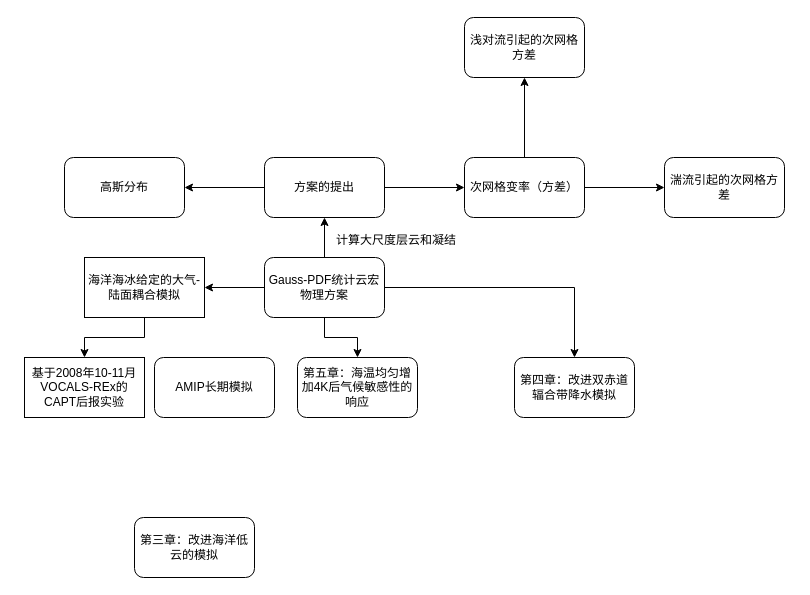
Before: dissertation-technique flowchart.drawio in qinyia/drawio.output, a draw.io diagram. Source tidied: cells renumbered, new cells numbered last; positions are measured from the earlier drawing's top-left corner, leaving out a move shared by most shapes. Both pictures are drawn from the tidied source at 100%, with x=0, y=0 at pixel (24, 17).
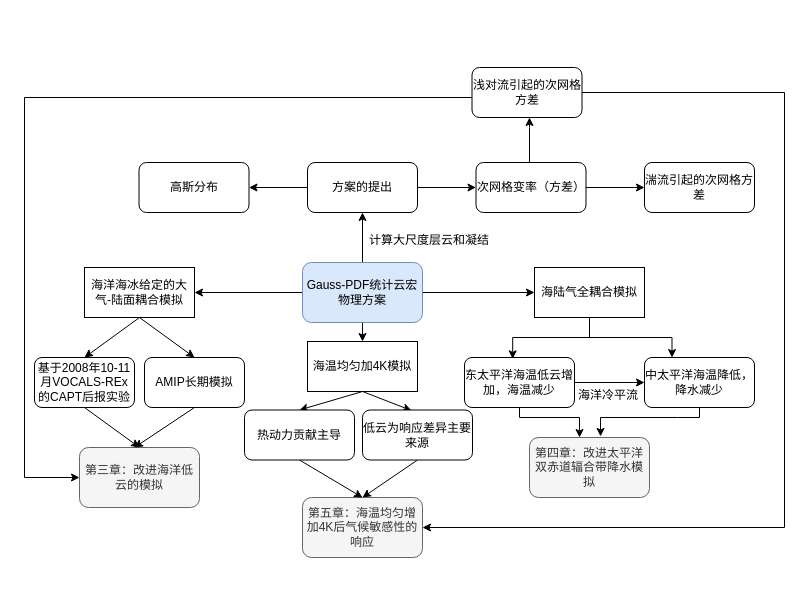
After the change.

Change to the diagram source:
```diff
@@
-    <mxCell id="2" style="edgeStyle=orthogonalEdgeStyle;rounded=0;jettySize=auto;html=1;" parent="1" edge="1" source="5" target="16">
-      <mxGeometry relative="1" as="geometry" />
-    </mxCell>
-    <mxCell id="3" style="edgeStyle=orthogonalEdgeStyle;rounded=0;jettySize=auto;html=1;" parent="1" edge="1" source="5" target="15">
-      <mxGeometry relative="1" as="geometry" />
-    </mxCell>
@@
+    <mxCell id="24" style="edgeStyle=orthogonalEdgeStyle;rounded=0;jettySize=auto;html=1;entryX=0;entryY=0.5;entryDx=0;entryDy=0;" parent="1" edge="1" source="5" target="33">
+      <mxGeometry relative="1" as="geometry" />
+    </mxCell>
+    <mxCell id="25" style="edgeStyle=none;rounded=0;jettySize=auto;html=1;exitX=0.5;exitY=1;exitDx=0;exitDy=0;entryX=0.5;entryY=0;entryDx=0;entryDy=0;" parent="1" edge="1" source="5" target="36">
+      <mxGeometry relative="1" as="geometry" />
+    </mxCell>
+    <mxCell id="23" style="edgeStyle=orthogonalEdgeStyle;rounded=0;jettySize=auto;html=1;exitX=0;exitY=0.5;exitDx=0;exitDy=0;entryX=1;entryY=0.5;entryDx=0;entryDy=0;" parent="1" edge="1" source="5" target="21">
+      <mxGeometry relative="1" as="geometry" />
+    </mxCell>
-    <mxCell id="5" value="Gauss-PDF统计云宏物理方案" style="rounded=1;whiteSpace=wrap;html=1;" parent="1" vertex="1">
-      <mxGeometry x="240" y="240" width="120" height="60" as="geometry" />
+    <mxCell id="5" value="Gauss-PDF统计云宏物理方案" style="rounded=1;whiteSpace=wrap;html=1;fillColor=#dae8fc;strokeColor=#6c8ebf;" parent="1" vertex="1">
+      <mxGeometry x="278" y="245" width="120" height="60" as="geometry" />
     </mxCell>
@@
     <mxCell id="8" value="方案的提出" style="rounded=1;whiteSpace=wrap;html=1;" parent="1" vertex="1">
-      <mxGeometry x="240" y="140" width="120" height="60" as="geometry" />
+      <mxGeometry x="283" y="145" width="110" height="50" as="geometry" />
     </mxCell>
     <mxCell id="9" style="edgeStyle=orthogonalEdgeStyle;rounded=0;jettySize=auto;html=1;" parent="1" edge="1" source="11" target="13">
-      <mxGeometry relative="1" as="geometry" />
+      <mxGeometry relative="1" as="geometry">
+        <Array as="points">
+          <mxPoint x="610" y="170" />
+          <mxPoint x="610" y="170" />
+        </Array>
+      </mxGeometry>
     </mxCell>
     <mxCell id="10" style="edgeStyle=orthogonalEdgeStyle;rounded=0;jettySize=auto;html=1;" parent="1" edge="1" source="11" target="12">
-      <mxGeometry relative="1" as="geometry" />
+      <mxGeometry relative="1" as="geometry">
+        <Array as="points">
+          <mxPoint x="505" y="110" />
+          <mxPoint x="505" y="110" />
+        </Array>
+      </mxGeometry>
     </mxCell>
     <mxCell id="11" value="次网格变率（方差）" style="rounded=1;whiteSpace=wrap;html=1;" parent="1" vertex="1">
-      <mxGeometry x="440" y="140" width="120" height="60" as="geometry" />
+      <mxGeometry x="451.5" y="145" width="110" height="50" as="geometry" />
     </mxCell>
+    <mxCell id="26" style="edgeStyle=orthogonalEdgeStyle;rounded=0;jettySize=auto;html=1;entryX=0;entryY=0.5;entryDx=0;entryDy=0;" parent="1" edge="1" source="12" target="17">
+      <mxGeometry relative="1" as="geometry">
+        <Array as="points">
+          <mxPoint y="80" />
+          <mxPoint y="460" />
+        </Array>
+      </mxGeometry>
+    </mxCell>
+    <mxCell id="27" style="edgeStyle=orthogonalEdgeStyle;rounded=0;jettySize=auto;html=1;exitX=1;exitY=0.5;exitDx=0;exitDy=0;entryX=1;entryY=0.5;entryDx=0;entryDy=0;" parent="1" edge="1" source="12" target="15">
+      <mxGeometry relative="1" as="geometry">
+        <Array as="points">
+          <mxPoint x="760" y="75" />
+          <mxPoint x="760" y="510" />
+        </Array>
+      </mxGeometry>
+    </mxCell>
     <mxCell id="12" value="浅对流引起的次网格方差" style="rounded=1;whiteSpace=wrap;html=1;" parent="1" vertex="1">
-      <mxGeometry x="440" width="120" height="60" as="geometry" />
+      <mxGeometry x="447.5" y="50" width="110" height="50" as="geometry" />
     </mxCell>
     <mxCell id="13" value="湍流引起的次网格方差" style="rounded=1;whiteSpace=wrap;html=1;" parent="1" vertex="1">
-      <mxGeometry x="640" y="140" width="120" height="60" as="geometry" />
+      <mxGeometry x="620" y="145" width="110" height="50" as="geometry" />
     </mxCell>
     <mxCell id="14" value="高斯分布" style="rounded=1;whiteSpace=wrap;html=1;" parent="1" vertex="1">
-      <mxGeometry x="40" y="140" width="120" height="60" as="geometry" />
+      <mxGeometry x="114.5" y="145" width="110" height="50" as="geometry" />
     </mxCell>
-    <mxCell id="15" value="第五章：海温均匀增加4K后气候敏感性的响应" style="rounded=1;whiteSpace=wrap;html=1;" parent="1" vertex="1">
-      <mxGeometry x="273" y="340" width="120" height="60" as="geometry" />
+    <mxCell id="15" value="第五章：海温均匀增加4K后气候敏感性的响应" style="rounded=1;whiteSpace=wrap;html=1;fillColor=#f5f5f5;strokeColor=#666666;fontColor=#333333;" parent="1" vertex="1">
+      <mxGeometry x="278" y="480" width="120" height="60" as="geometry" />
     </mxCell>
-    <mxCell id="16" value="第四章：改进双赤道辐合带降水模拟" style="rounded=1;whiteSpace=wrap;html=1;" parent="1" vertex="1">
-      <mxGeometry x="490" y="340" width="120" height="60" as="geometry" />
+    <mxCell id="16" value="第四章：改进太平洋双赤道辐合带降水模拟" style="rounded=1;whiteSpace=wrap;html=1;fillColor=#f5f5f5;strokeColor=#666666;fontColor=#333333;" parent="1" vertex="1">
+      <mxGeometry x="505" y="420" width="120" height="60" as="geometry" />
     </mxCell>
-    <mxCell id="17" value="第三章：改进海洋低云的模拟" style="rounded=1;whiteSpace=wrap;html=1;" parent="1" vertex="1">
-      <mxGeometry x="110" y="500" width="120" height="60" as="geometry" />
+    <mxCell id="17" value="第三章：改进海洋低云的模拟" style="rounded=1;whiteSpace=wrap;html=1;fillColor=#f5f5f5;strokeColor=#666666;fontColor=#333333;" parent="1" vertex="1">
+      <mxGeometry x="55" y="430" width="120" height="60" as="geometry" />
     </mxCell>
+    <mxCell id="28" style="edgeStyle=none;rounded=0;jettySize=auto;html=1;exitX=0.5;exitY=1;exitDx=0;exitDy=0;" parent="1" edge="1" source="18">
+      <mxGeometry relative="1" as="geometry">
+        <mxPoint x="110" y="430" as="targetPoint" />
+      </mxGeometry>
+    </mxCell>
     <mxCell id="18" value="AMIP长期模拟" style="rounded=1;whiteSpace=wrap;html=1;" parent="1" vertex="1">
-      <mxGeometry x="130" y="340" width="120" height="60" as="geometry" />
+      <mxGeometry x="120" y="340" width="100" height="50" as="geometry" />
     </mxCell>
     <mxCell id="19" value="计算大尺度层云和凝结" style="text;html=1;align=left;verticalAlign=top;spacingTop=-4;" parent="1" vertex="1">
-      <mxGeometry x="310" y="213" width="140" height="20" as="geometry" />
+      <mxGeometry x="343" y="213" width="140" height="20" as="geometry" />
     </mxCell>
+    <mxCell id="29" style="edgeStyle=none;rounded=0;jettySize=auto;html=1;exitX=0.5;exitY=1;exitDx=0;exitDy=0;entryX=0.5;entryY=0;entryDx=0;entryDy=0;" parent="1" edge="1" source="21" target="18">
+      <mxGeometry relative="1" as="geometry" />
+    </mxCell>
-    <mxCell id="20" style="edgeStyle=orthogonalEdgeStyle;rounded=0;jettySize=auto;html=1;" parent="1" edge="1" source="21" target="22">
+    <mxCell id="20" style="edgeStyle=none;rounded=0;jettySize=auto;html=1;exitX=0.5;exitY=1;exitDx=0;exitDy=0;entryX=0.5;entryY=0;entryDx=0;entryDy=0;" parent="1" edge="1" source="21" target="22">
       <mxGeometry relative="1" as="geometry" />
     </mxCell>
     <mxCell id="21" value="海洋海冰给定的大气-陆面耦合模拟" style="rounded=0;whiteSpace=wrap;html=1;" parent="1" vertex="1">
-      <mxGeometry x="60" y="240" width="120" height="60" as="geometry" />
+      <mxGeometry x="60" y="250" width="110" height="50" as="geometry" />
     </mxCell>
+    <mxCell id="30" style="edgeStyle=none;rounded=0;jettySize=auto;html=1;exitX=0.5;exitY=1;exitDx=0;exitDy=0;entryX=0.5;entryY=0;entryDx=0;entryDy=0;" parent="1" edge="1" source="22" target="17">
+      <mxGeometry relative="1" as="geometry" />
+    </mxCell>
-    <mxCell id="22" value="基于2008年10-11月VOCALS-REx的CAPT后报实验" style="rounded=0;whiteSpace=wrap;html=1;" parent="1" vertex="1">
-      <mxGeometry y="340" width="120" height="60" as="geometry" />
+    <mxCell id="22" value="基于2008年10-11月VOCALS-REx的CAPT后报实验" style="rounded=1;whiteSpace=wrap;html=1;" parent="1" vertex="1">
+      <mxGeometry x="10" y="340" width="100" height="50" as="geometry" />
     </mxCell>
-    <mxCell id="23" style="edgeStyle=orthogonalEdgeStyle;rounded=0;jettySize=auto;html=1;" parent="1" edge="1" source="5" target="21">
-      <mxGeometry relative="1" as="geometry" />
-    </mxCell>
+    <mxCell id="31" style="edgeStyle=orthogonalEdgeStyle;rounded=0;jettySize=auto;html=1;exitX=0.5;exitY=1;exitDx=0;exitDy=0;entryX=0.25;entryY=0;entryDx=0;entryDy=0;" parent="1" edge="1" source="33" target="38">
+      <mxGeometry relative="1" as="geometry" />
+    </mxCell>
+    <mxCell id="32" style="edgeStyle=orthogonalEdgeStyle;rounded=0;jettySize=auto;html=1;exitX=0.5;exitY=1;exitDx=0;exitDy=0;entryX=0.438;entryY=0.027;entryDx=0;entryDy=0;entryPerimeter=0;" parent="1" edge="1" source="33" target="41">
+      <mxGeometry relative="1" as="geometry" />
+    </mxCell>
+    <mxCell id="33" value="海陆气全耦合模拟" style="rounded=0;whiteSpace=wrap;html=1;" parent="1" vertex="1">
+      <mxGeometry x="510" y="250" width="110" height="50" as="geometry" />
+    </mxCell>
+    <mxCell id="34" style="edgeStyle=none;rounded=0;jettySize=auto;html=1;exitX=0.5;exitY=1;exitDx=0;exitDy=0;entryX=0.5;entryY=0;entryDx=0;entryDy=0;" parent="1" edge="1" source="36" target="44">
+      <mxGeometry relative="1" as="geometry" />
+    </mxCell>
+    <mxCell id="35" style="edgeStyle=none;rounded=0;jettySize=auto;html=1;exitX=0.5;exitY=1;exitDx=0;exitDy=0;entryX=0.445;entryY=0.01;entryDx=0;entryDy=0;entryPerimeter=0;" parent="1" edge="1" source="36" target="46">
+      <mxGeometry relative="1" as="geometry" />
+    </mxCell>
+    <mxCell id="36" value="海温均匀加4K模拟" style="rounded=0;whiteSpace=wrap;html=1;" parent="1" vertex="1">
+      <mxGeometry x="283" y="324" width="110" height="50" as="geometry" />
+    </mxCell>
+    <mxCell id="37" style="edgeStyle=orthogonalEdgeStyle;rounded=0;jettySize=auto;html=1;exitX=0.5;exitY=1;exitDx=0;exitDy=0;entryX=0.592;entryY=-0.017;entryDx=0;entryDy=0;entryPerimeter=0;" parent="1" edge="1" source="38" target="16">
+      <mxGeometry relative="1" as="geometry">
+        <Array as="points">
+          <mxPoint x="653" y="400" />
+          <mxPoint x="581" y="400" />
+        </Array>
+      </mxGeometry>
+    </mxCell>
+    <mxCell id="38" value="中太平洋海温降低，降水减少" style="rounded=1;whiteSpace=wrap;html=1;" parent="1" vertex="1">
+      <mxGeometry x="620" y="340" width="110" height="50" as="geometry" />
+    </mxCell>
+    <mxCell id="39" style="edgeStyle=orthogonalEdgeStyle;rounded=0;jettySize=auto;html=1;exitX=0.5;exitY=1;exitDx=0;exitDy=0;entryX=0.417;entryY=0;entryDx=0;entryDy=0;entryPerimeter=0;" parent="1" edge="1" source="41" target="16">
+      <mxGeometry relative="1" as="geometry">
+        <Array as="points">
+          <mxPoint x="495" y="400" />
+          <mxPoint x="555" y="400" />
+        </Array>
+      </mxGeometry>
+    </mxCell>
+    <mxCell id="40" style="edgeStyle=none;rounded=0;jettySize=auto;html=1;" parent="1" edge="1" source="41" target="38">
+      <mxGeometry relative="1" as="geometry" />
+    </mxCell>
+    <mxCell id="41" value="东太平洋海温低云增加，海温减少" style="rounded=1;whiteSpace=wrap;html=1;" parent="1" vertex="1">
+      <mxGeometry x="440" y="340" width="110" height="50" as="geometry" />
+    </mxCell>
+    <mxCell id="42" value="海洋冷平流" style="text;html=1;align=left;verticalAlign=top;spacingTop=-4;" parent="1" vertex="1">
+      <mxGeometry x="552" y="368" width="80" height="20" as="geometry" />
+    </mxCell>
+    <mxCell id="43" style="edgeStyle=none;rounded=0;jettySize=auto;html=1;exitX=0.5;exitY=1;exitDx=0;exitDy=0;entryX=0.5;entryY=0;entryDx=0;entryDy=0;" parent="1" edge="1" source="44" target="15">
+      <mxGeometry relative="1" as="geometry" />
+    </mxCell>
+    <mxCell id="44" value="热动力贡献主导" style="rounded=1;whiteSpace=wrap;html=1;" parent="1" vertex="1">
+      <mxGeometry x="220" y="392.5" width="110" height="50" as="geometry" />
+    </mxCell>
+    <mxCell id="45" style="edgeStyle=none;rounded=0;jettySize=auto;html=1;exitX=0.5;exitY=1;exitDx=0;exitDy=0;entryX=0.5;entryY=0;entryDx=0;entryDy=0;" parent="1" edge="1" source="46" target="15">
+      <mxGeometry relative="1" as="geometry" />
+    </mxCell>
+    <mxCell id="46" value="低云为响应差异主要来源" style="rounded=1;whiteSpace=wrap;html=1;" parent="1" vertex="1">
+      <mxGeometry x="338" y="392.5" width="110" height="50" as="geometry" />
+    </mxCell>
```
